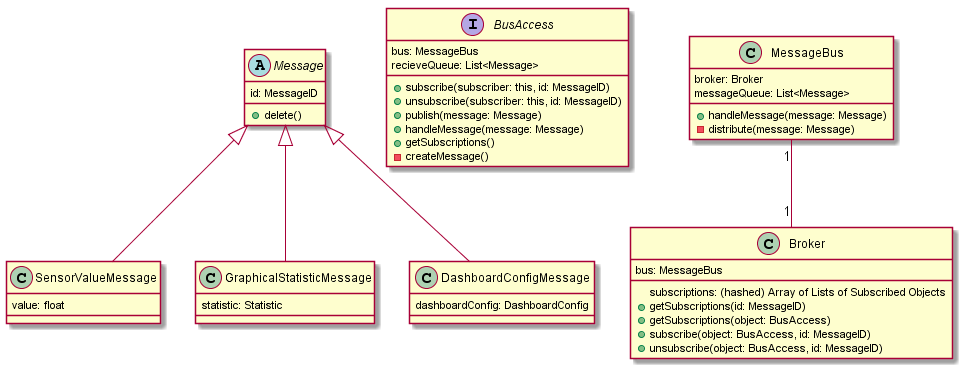
uzdry/PSE keeps this PlantUML diagram as Entwurf/diagrams/Bus.png. Above is the earlier version. Source of this version:
```plantuml
@startuml

abstract class Message {
	id: MessageID
	+delete()
}

class SensorValueMessage {
	value: float
}

class GraphicalStatisticMessage {
	statistic: Statistic
}

class DashboardConfigMessage {
	dashboardConfig: DashboardConfig
}

Message <|-- SensorValueMessage
Message <|-- GraphicalStatisticMessage
Message <|-- DashboardConfigMessage

interface BusAccess {
	bus: MessageBus
	recieveQueue: List<Message>
	+subscribe(subscriber: this, id: MessageID)
	+unsubscribe(subscriber: this, id: MessageID)
	+publish(message: Message)
	+handleMessage(message: Message)
	+getSubscriptions()
	-createMessage()
}

class Broker {
	bus: MessageBus
	subscriptions: (hashed) Array of Lists of Subscribed Objects
	+getSubscriptions(id: MessageID)
	+getSubscriptions(object: BusAccess)
	+subscribe(object: BusAccess, id: MessageID)
	+unsubscribe(object: BusAccess, id: MessageID)
}

class MessageBus {
	broker: Broker
	messageQueue: List<Message>
	+handleMessage(message: Message)
	-distribute(message: Message)
}

MessageBus "1"--"1" Broker

@enduml
```
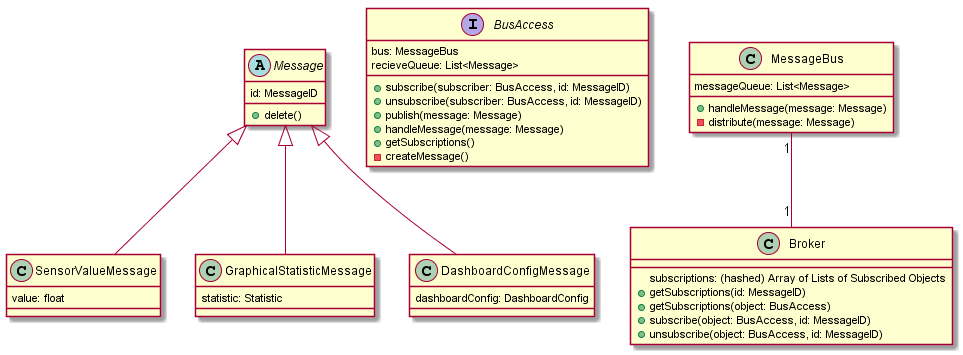
The same diagram one commit later.

Commit message:
updated bus design

The edit, as a diff of the source:
```diff
@@ -24,8 +24,8 @@
 interface BusAccess {
 	bus: MessageBus
 	recieveQueue: List<Message>
-	+subscribe(subscriber: this, id: MessageID)
-	+unsubscribe(subscriber: this, id: MessageID)
+	+subscribe(subscriber: BusAccess, id: MessageID)
+	+unsubscribe(subscriber: BusAccess, id: MessageID)
 	+publish(message: Message)
 	+handleMessage(message: Message)
 	+getSubscriptions()
@@ -33,7 +33,6 @@
 }
 
 class Broker {
-	bus: MessageBus
 	subscriptions: (hashed) Array of Lists of Subscribed Objects
 	+getSubscriptions(id: MessageID)
 	+getSubscriptions(object: BusAccess)
@@ -42,7 +41,6 @@
 }
 
 class MessageBus {
-	broker: Broker
 	messageQueue: List<Message>
 	+handleMessage(message: Message)
 	-distribute(message: Message)
```
